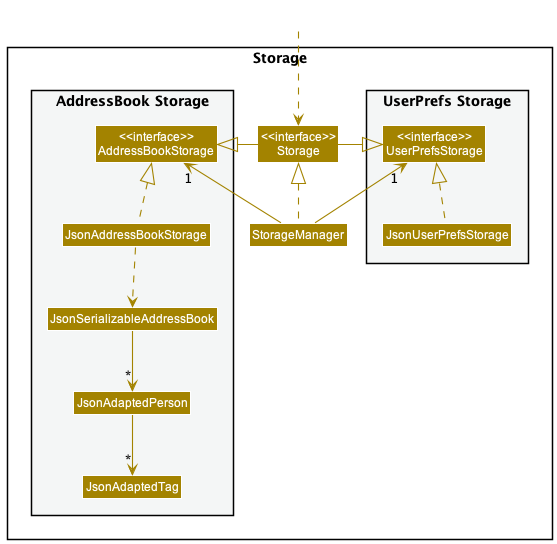
nus-cs2103-AY2223S1/tp keeps this PlantUML diagram as docs/images/diagrams/StorageClassDiagram.png. Above is the earlier version.
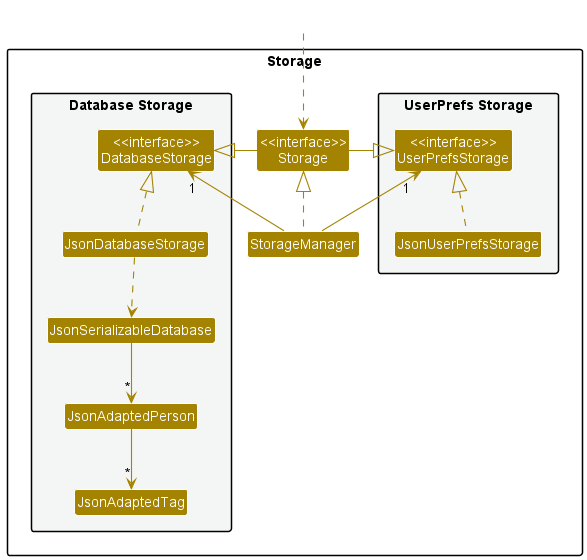
Later version of the same file.

The edit, as a diff of the source:
```diff
@@ -14,14 +14,13 @@
 Class "<<interface>>\nStorage" as Storage
 Class StorageManager
 
-package "AddressBook Storage" #F4F6F6{
-Class "<<interface>>\nAddressBookStorage" as AddressBookStorage
-Class JsonAddressBookStorage
-Class JsonSerializableAddressBook
+package "Database Storage" #F4F6F6{
+Class "<<interface>>\nDatabaseStorage" as DatabaseStorage
+Class JsonDatabaseStorage
+Class JsonSerializableDatabase
 Class JsonAdaptedPerson
 Class JsonAdaptedTag
 }
-
 }
 
 Class HiddenOutside #FFFFFF
@@ -29,15 +28,15 @@
 
 StorageManager .up.|> Storage
 StorageManager -up-> "1" UserPrefsStorage
-StorageManager -up-> "1" AddressBookStorage
+StorageManager -up-> "1" DatabaseStorage
 
 Storage -left-|> UserPrefsStorage
-Storage -right-|> AddressBookStorage
+Storage -right-|> DatabaseStorage
 
 JsonUserPrefsStorage .up.|> UserPrefsStorage
-JsonAddressBookStorage .up.|> AddressBookStorage
-JsonAddressBookStorage ..> JsonSerializableAddressBook
-JsonSerializableAddressBook --> "*" JsonAdaptedPerson
+JsonDatabaseStorage .up.|> DatabaseStorage
+JsonDatabaseStorage ..> JsonSerializableDatabase
+JsonSerializableDatabase --> "*" JsonAdaptedPerson
 JsonAdaptedPerson --> "*" JsonAdaptedTag
 
 @enduml
```
